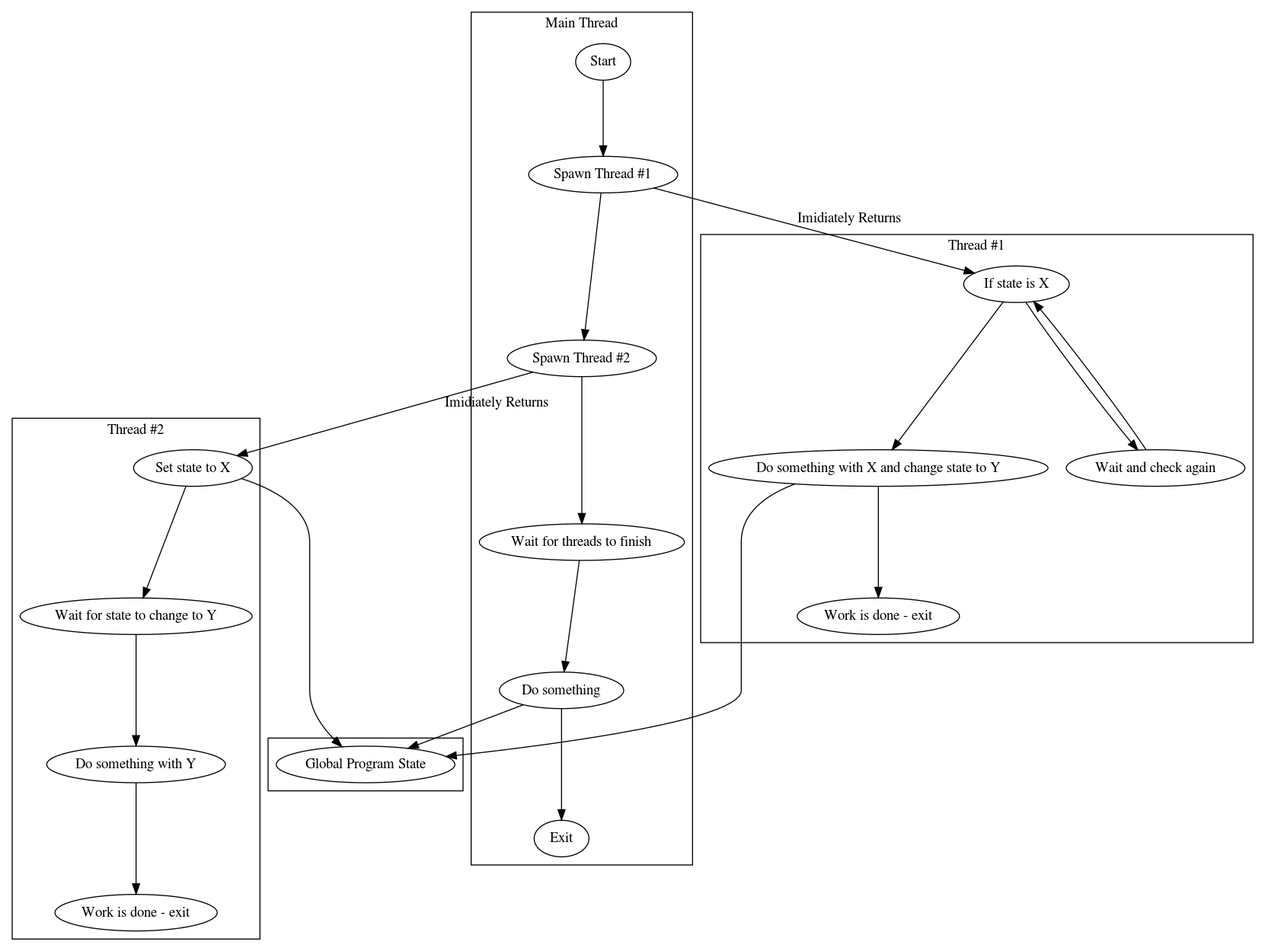
Earlier version of the Graphviz export slides/graphs/images/cfg-threads.png (dlrobertson/dlrobertson.com). Its source is kept beside it as slides/graphs/sources/cfg-threads.dot. Source of this version:
```dot
digraph G {
    subgraph cluster0 {
        state[label="Global Program State"]
    }

    subgraph cluster1 {
        label="Main Thread"
        start[label="Start"]
        spawn1[label="Spawn Thread #1"]
        spawn2[label="Spawn Thread #2"]
        join[label="Wait for threads to finish"]
        dosomething[label="Do something"]
        end[label="Exit"]

        start -> spawn1
        spawn1 -> spawn2
        spawn2 -> join
        join -> dosomething
        dosomething -> state
        dosomething -> end
    }

    spawn1 -> cond1[label="Imidiately Returns"]
    spawn2 -> setstate[label="Imidiately Returns"]

    subgraph cluster2 {
        label="Thread #1"
        cond1[label="If state is X"]
        condhold1[label="Do something with X and change state to Y"]
        condfail1[label="Wait and check again"]
        exitthread1[label="Work is done - exit"]

        cond1 -> condhold1
        condhold1 -> state
        cond1 -> condfail1
        condfail1 -> cond1
        condhold1 -> exitthread1
    }

    subgraph cluster3 {
        label="Thread #2"
        setstate[label="Set state to X"]
        wait2[label="Wait for state to change to Y"]
        body2[label="Do something with Y"]
        exitthread2[label="Work is done - exit"]

        setstate -> wait2
        setstate -> state
        wait2 -> body2
        body2 -> exitthread2
    }
}
```
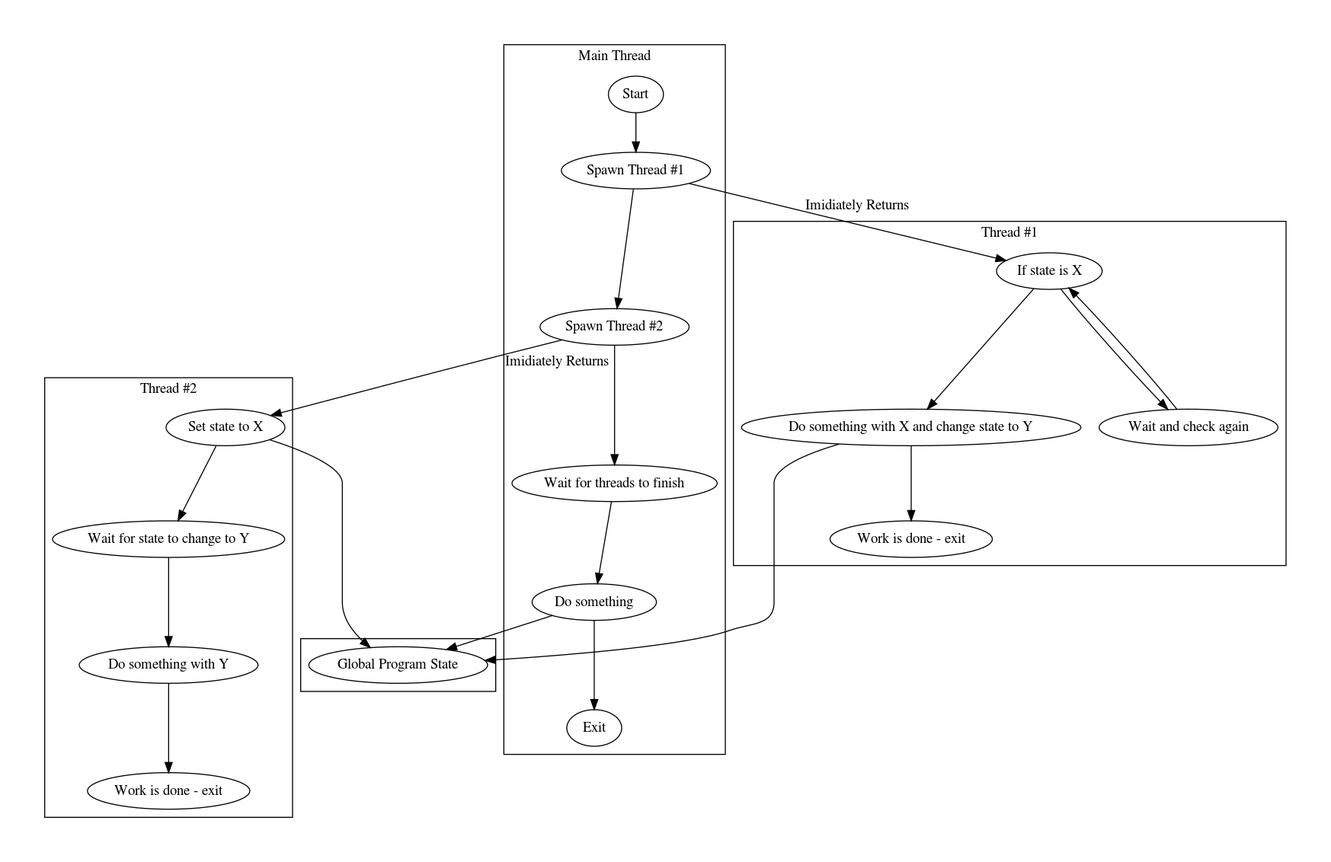
After the commit.

Diff of the diagram source:
```diff
@@ -1,4 +1,5 @@
 digraph G {
+    graph[pad="0.5" nodesep="0.25", ranksep="0.25"]
     subgraph cluster0 {
         state[label="Global Program State"]
     }
```
